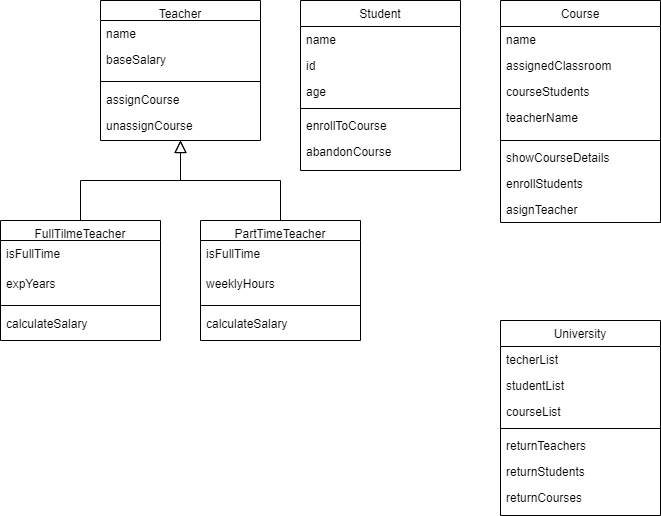
The draw.io diagram UniversityUML.png in ChristianMartinezTech/UniversityGlobant, before a commit. Source tidied: cells renumbered, new cells last; positions are measured from the earlier drawing's top-left corner, leaving out a move shared by most shapes.
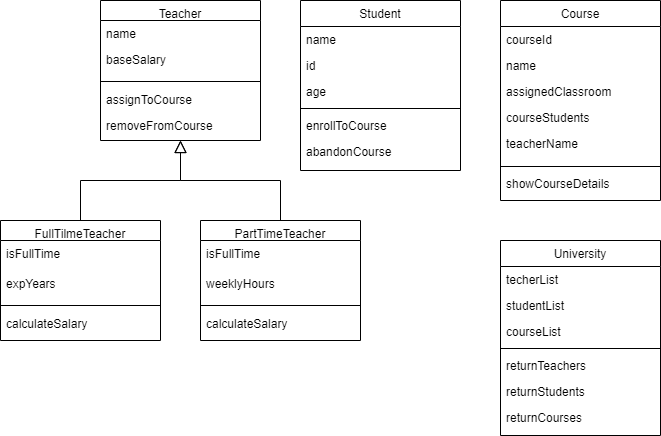
Later version of the same file.

The edit, as a diff of the source:
```diff
@@ -14,10 +14,10 @@
     <mxCell id="5" style="line;html=1;strokeWidth=1;align=left;verticalAlign=middle;spacingTop=-1;spacingLeft=3;spacingRight=3;labelPosition=right;" parent="2" vertex="1">
       <mxGeometry y="76" width="160" height="10" as="geometry" />
     </mxCell>
-    <mxCell id="6" value="assignCourse" style="text;align=left;verticalAlign=top;spacingLeft=4;spacingRight=4;overflow=hidden;" parent="2" vertex="1">
+    <mxCell id="6" value="assignToCourse" style="text;align=left;verticalAlign=top;spacingLeft=4;spacingRight=4;overflow=hidden;" parent="2" vertex="1">
       <mxGeometry y="86" width="160" height="26" as="geometry" />
     </mxCell>
-    <mxCell id="7" value="unassignCourse" style="text;align=left;verticalAlign=top;spacingLeft=4;spacingRight=4;overflow=hidden;" parent="2" vertex="1">
+    <mxCell id="7" value="removeFromCourse" style="text;align=left;verticalAlign=top;spacingLeft=4;spacingRight=4;overflow=hidden;" parent="2" vertex="1">
       <mxGeometry y="112" width="160" height="26" as="geometry" />
     </mxCell>
     <mxCell id="8" value="Student" style="swimlane;fontStyle=0;align=center;verticalAlign=top;horizontal=1;startSize=26;rounded=0;shadow=0;strokeWidth=1;" parent="1" vertex="1">
@@ -42,7 +42,7 @@
       <mxGeometry y="138" width="160" height="32" as="geometry" />
     </mxCell>
     <mxCell id="15" value="University" style="swimlane;fontStyle=0;align=center;verticalAlign=top;horizontal=1;startSize=26;rounded=0;shadow=0;strokeWidth=1;" parent="1" vertex="1">
-      <mxGeometry x="500" y="320" width="160" height="195" as="geometry" />
+      <mxGeometry x="500" y="240" width="160" height="195" as="geometry" />
     </mxCell>
     <mxCell id="16" value="techerList" style="text;align=left;verticalAlign=top;spacingLeft=4;spacingRight=4;overflow=hidden;" parent="15" vertex="1">
       <mxGeometry y="26" width="160" height="26" as="geometry" />
@@ -66,32 +66,29 @@
       <mxGeometry y="164" width="160" height="26" as="geometry" />
     </mxCell>
     <mxCell id="23" value="Course" style="swimlane;fontStyle=0;align=center;verticalAlign=top;horizontal=1;startSize=26;rounded=0;shadow=0;strokeWidth=1;" parent="1" vertex="1">
-      <mxGeometry x="500" width="160" height="222" as="geometry" />
+      <mxGeometry x="500" width="160" height="200" as="geometry" />
     </mxCell>
+    <mxCell id="44" value="courseId" style="text;align=left;verticalAlign=top;spacingLeft=4;spacingRight=4;overflow=hidden;" parent="23" vertex="1">
+      <mxGeometry y="26" width="160" height="26" as="geometry" />
+    </mxCell>
     <mxCell id="24" value="name" style="text;align=left;verticalAlign=top;spacingLeft=4;spacingRight=4;overflow=hidden;" parent="23" vertex="1">
-      <mxGeometry y="26" width="160" height="26" as="geometry" />
+      <mxGeometry y="52" width="160" height="26" as="geometry" />
     </mxCell>
     <mxCell id="25" value="assignedClassroom" style="text;align=left;verticalAlign=top;spacingLeft=4;spacingRight=4;overflow=hidden;rounded=0;shadow=0;html=0;" parent="23" vertex="1">
-      <mxGeometry y="52" width="160" height="26" as="geometry" />
+      <mxGeometry y="78" width="160" height="26" as="geometry" />
     </mxCell>
     <mxCell id="26" value="courseStudents" style="text;align=left;verticalAlign=top;spacingLeft=4;spacingRight=4;overflow=hidden;rounded=0;shadow=0;html=0;" parent="23" vertex="1">
-      <mxGeometry y="78" width="160" height="26" as="geometry" />
+      <mxGeometry y="104" width="160" height="26" as="geometry" />
     </mxCell>
     <mxCell id="27" value="teacherName" style="text;align=left;verticalAlign=top;spacingLeft=4;spacingRight=4;overflow=hidden;rounded=0;shadow=0;html=0;" parent="23" vertex="1">
-      <mxGeometry y="104" width="160" height="32" as="geometry" />
+      <mxGeometry y="130" width="160" height="32" as="geometry" />
     </mxCell>
     <mxCell id="28" style="line;html=1;strokeWidth=1;align=left;verticalAlign=middle;spacingTop=-1;spacingLeft=3;spacingRight=3;labelPosition=right;" parent="23" vertex="1">
-      <mxGeometry y="136" width="160" height="8" as="geometry" />
+      <mxGeometry y="162" width="160" height="8" as="geometry" />
     </mxCell>
     <mxCell id="29" value="showCourseDetails" style="text;align=left;verticalAlign=top;spacingLeft=4;spacingRight=4;overflow=hidden;" parent="23" vertex="1">
-      <mxGeometry y="144" width="160" height="26" as="geometry" />
+      <mxGeometry y="170" width="160" height="26" as="geometry" />
     </mxCell>
-    <mxCell id="30" value="enrollStudents" style="text;align=left;verticalAlign=top;spacingLeft=4;spacingRight=4;overflow=hidden;" parent="23" vertex="1">
-      <mxGeometry y="170" width="160" height="26" as="geometry" />
-    </mxCell>
-    <mxCell id="31" value="asignTeacher" style="text;align=left;verticalAlign=top;spacingLeft=4;spacingRight=4;overflow=hidden;" parent="23" vertex="1">
-      <mxGeometry y="196" width="160" height="26" as="geometry" />
-    </mxCell>
     <mxCell id="32" value="FullTilmeTeacher" style="swimlane;fontStyle=0;align=center;verticalAlign=top;horizontal=1;startSize=20;rounded=0;shadow=0;strokeWidth=1;" parent="1" vertex="1">
       <mxGeometry y="220" width="160" height="120" as="geometry" />
     </mxCell>
```
